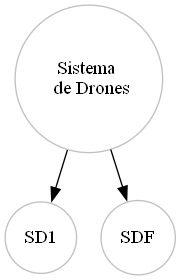
This is gsist.png from Juanj098/IPC2_PROYECTO2_201900532, a Graphviz export, as it was before one commit. Its source is kept beside it as gsist.dot. The source it was exported from:
```dot
digraph G {
    rankdir=TB
    node[shape=circle,color=grey]
    Nodo0[label="Sistema
 de Drones"]
	Nodo1[label="SD1"]
	Nodo2[label="SDF"]

	Nodo0 -> Nodo1
	Nodo0 -> Nodo2

}
```
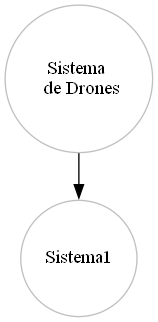
After the commit.

What changed in the source:
```diff
@@ -3,10 +3,8 @@
     node[shape=circle,color=grey]
     Nodo0[label="Sistema
  de Drones"]
-	Nodo1[label="SD1"]
-	Nodo2[label="SDF"]
+	Nodo1[label="Sistema1"]
 
 	Nodo0 -> Nodo1
-	Nodo0 -> Nodo2
 
 }
```
